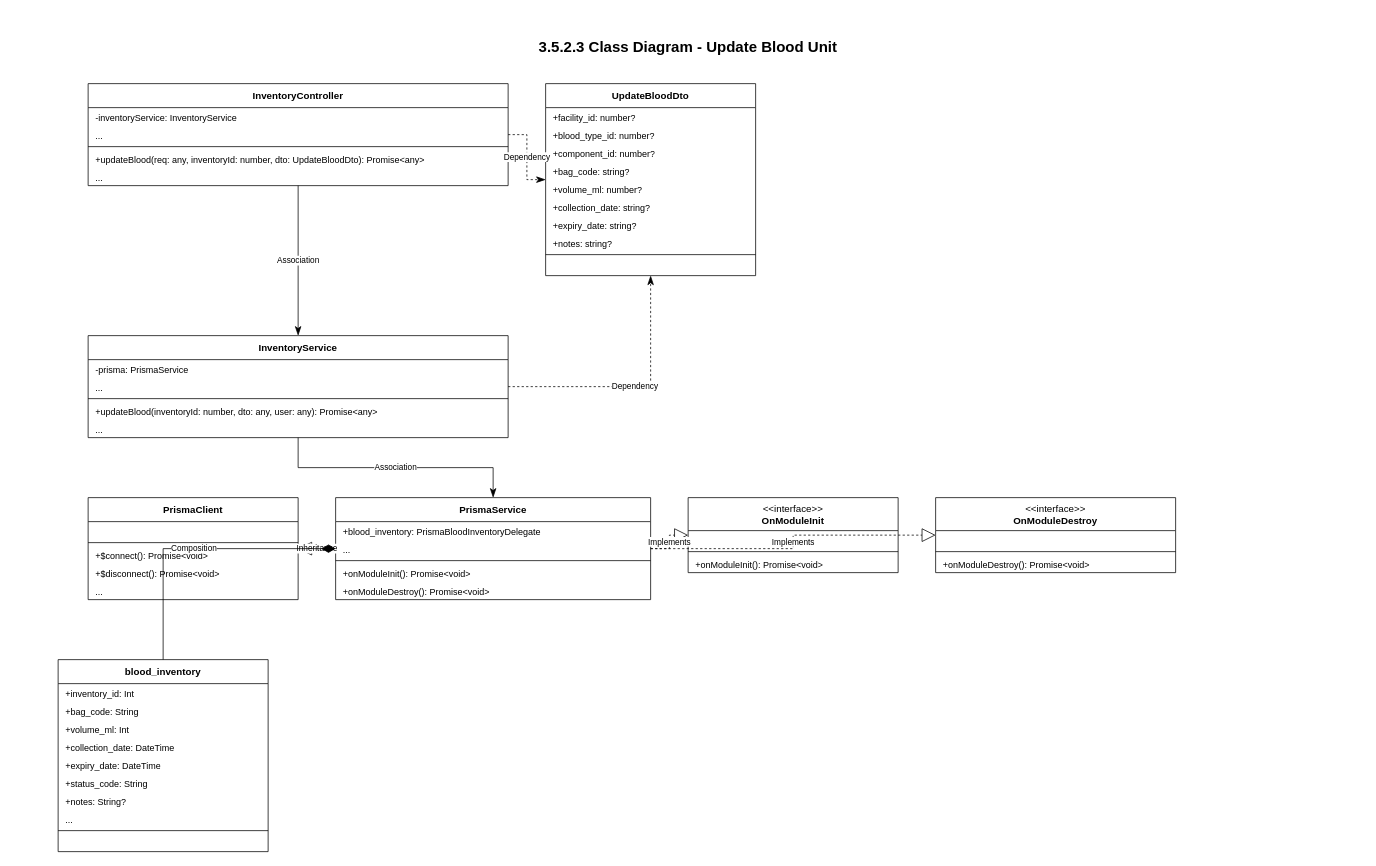
CuongBC195/class-diagram-donation-blood keeps this draw.io diagram as page "Update Blood Unit" (4 of 6) of inventory_all_class_diagrams.drawio. Above is the earlier version. Source tidied: cells renumbered, new cells numbered last; positions are measured from the earlier drawing's top-left corner, leaving out a move shared by most shapes. Both pictures are drawn from the tidied source at 75%, with x=0, y=0 at pixel (13, 31).
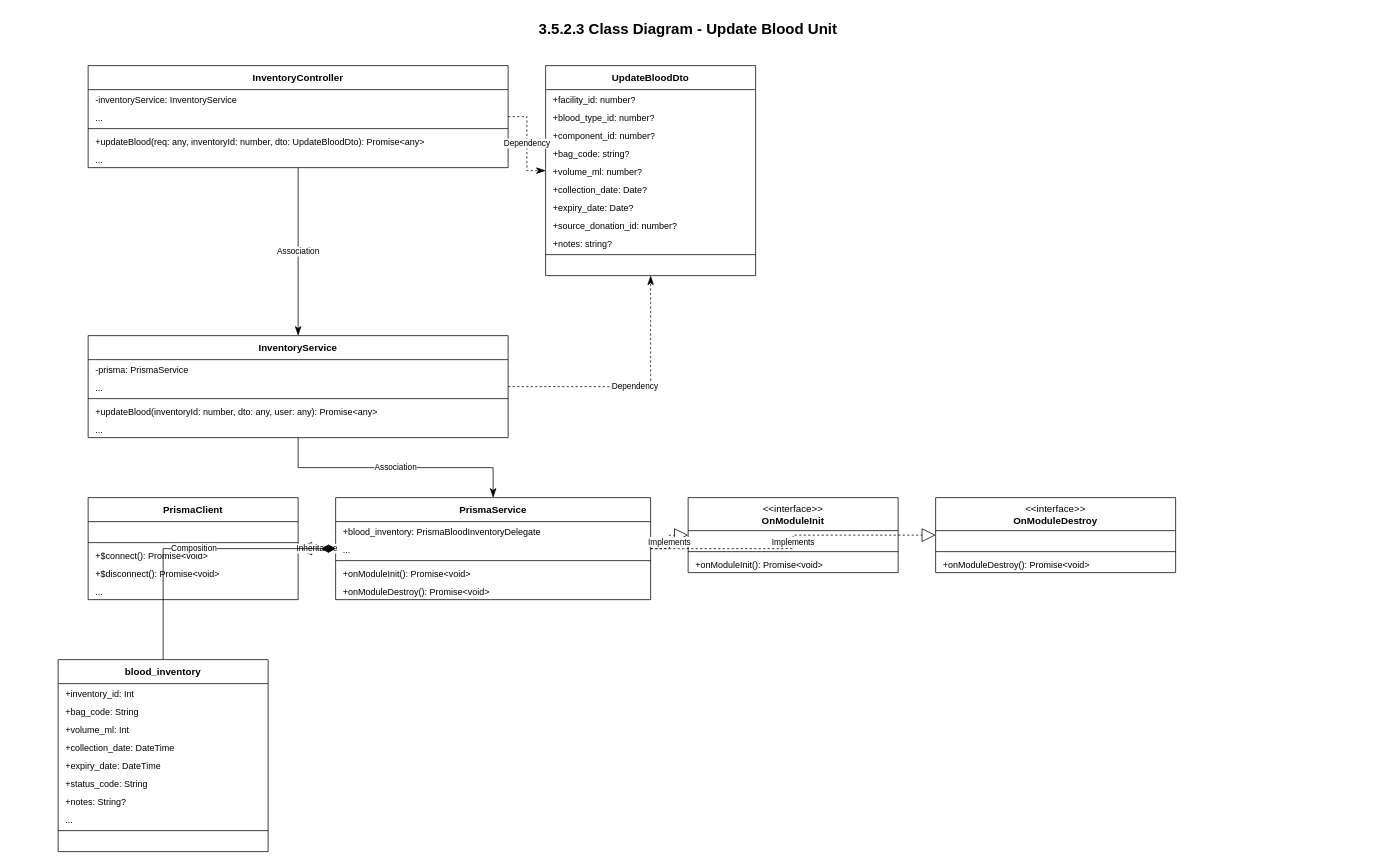
The same page after the edit.

Change to the diagram source:
```diff
@@
     <mxCell id="2" value="3.5.2.3 Class Diagram - Update Blood Unit" style="text;html=1;strokeColor=none;fillColor=none;align=center;verticalAlign=middle;whiteSpace=wrap;rounded=0;fontFamily=Arial;fontSize=20;fontStyle=1;fontColor=#000000;" parent="1" vertex="1">
-      <mxGeometry width="1800" height="40" as="geometry" />
+      <mxGeometry y="-24" width="1800" height="40" as="geometry" />
     </mxCell>
     <mxCell id="3" value="&lt;b&gt;InventoryController&lt;/b&gt;" style="swimlane;fontStyle=0;horizontal=1;startSize=32;whiteSpace=wrap;html=1;fillColor=#ffffff;strokeColor=#000000;swimlaneFillColor=#ffffff;fontColor=#000000;fontFamily=Arial;fontSize=13;" parent="1" vertex="1">
-      <mxGeometry x="100" y="70" width="560" height="136" as="geometry" />
+      <mxGeometry x="100" y="46" width="560" height="136" as="geometry" />
     </mxCell>
@@
     <mxCell id="9" value="&lt;b&gt;UpdateBloodDto&lt;/b&gt;" style="swimlane;fontStyle=0;horizontal=1;startSize=32;whiteSpace=wrap;html=1;fillColor=#ffffff;strokeColor=#000000;swimlaneFillColor=#ffffff;fontColor=#000000;fontFamily=Arial;fontSize=13;" parent="1" vertex="1">
-      <mxGeometry x="710" y="70" width="280" height="256" as="geometry" />
+      <mxGeometry x="710" y="46" width="280" height="280" as="geometry" />
     </mxCell>
@@
-    <mxCell id="15" value="+collection_date: string?" style="text;strokeColor=none;fillColor=none;align=left;verticalAlign=top;spacingLeft=8;spacingRight=8;overflow=hidden;whiteSpace=wrap;html=1;fontFamily=Arial;fontSize=12;fontColor=#000000;" parent="9" vertex="1">
+    <mxCell id="15" value="+collection_date: Date?" style="text;strokeColor=none;fillColor=none;align=left;verticalAlign=top;spacingLeft=8;spacingRight=8;overflow=hidden;whiteSpace=wrap;html=1;fontFamily=Arial;fontSize=12;fontColor=#000000;" parent="9" vertex="1">
       <mxGeometry y="152" width="280" height="24" as="geometry" />
     </mxCell>
-    <mxCell id="16" value="+expiry_date: string?" style="text;strokeColor=none;fillColor=none;align=left;verticalAlign=top;spacingLeft=8;spacingRight=8;overflow=hidden;whiteSpace=wrap;html=1;fontFamily=Arial;fontSize=12;fontColor=#000000;" parent="9" vertex="1">
+    <mxCell id="16" value="+expiry_date: Date?" style="text;strokeColor=none;fillColor=none;align=left;verticalAlign=top;spacingLeft=8;spacingRight=8;overflow=hidden;whiteSpace=wrap;html=1;fontFamily=Arial;fontSize=12;fontColor=#000000;" parent="9" vertex="1">
       <mxGeometry y="176" width="280" height="24" as="geometry" />
     </mxCell>
-    <mxCell id="17" value="+notes: string?" style="text;strokeColor=none;fillColor=none;align=left;verticalAlign=top;spacingLeft=8;spacingRight=8;overflow=hidden;whiteSpace=wrap;html=1;fontFamily=Arial;fontSize=12;fontColor=#000000;" parent="9" vertex="1">
+    <mxCell id="17" value="+source_donation_id: number?" style="text;strokeColor=none;fillColor=none;align=left;verticalAlign=top;spacingLeft=8;spacingRight=8;overflow=hidden;whiteSpace=wrap;html=1;fontFamily=Arial;fontSize=12;fontColor=#000000;" parent="9" vertex="1">
       <mxGeometry y="200" width="280" height="24" as="geometry" />
     </mxCell>
+    <mxCell id="65" value="+notes: string?" style="text;strokeColor=none;fillColor=none;align=left;verticalAlign=top;spacingLeft=8;spacingRight=8;overflow=hidden;whiteSpace=wrap;html=1;fontFamily=Arial;fontSize=12;fontColor=#000000;" parent="9" vertex="1">
+      <mxGeometry y="224" width="280" height="24" as="geometry" />
+    </mxCell>
     <mxCell id="18" style="line;strokeWidth=1;fillColor=none;strokeColor=#000000;align=left;verticalAlign=middle;" parent="9" vertex="1">
-      <mxGeometry y="224" width="280" height="8" as="geometry" />
+      <mxGeometry y="248" width="280" height="8" as="geometry" />
     </mxCell>
     <mxCell id="19" value=" " style="text;strokeColor=none;fillColor=none;align=left;verticalAlign=top;spacingLeft=8;spacingRight=8;overflow=hidden;whiteSpace=wrap;html=1;fontFamily=Arial;fontSize=12;fontColor=#000000;" parent="9" vertex="1">
-      <mxGeometry y="232" width="280" height="24" as="geometry" />
+      <mxGeometry y="256" width="280" height="24" as="geometry" />
     </mxCell>
```
